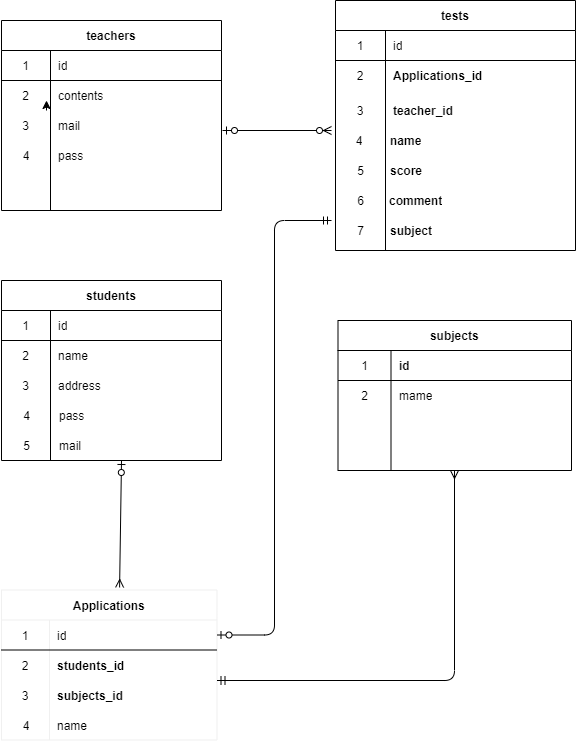
Above: index.drawio.png in konomi0527/20210724kato (draw.io), before the change. Source tidied: cells renumbered, new cells last; positions are measured from the earlier drawing's top-left corner, leaving out a move shared by most shapes.
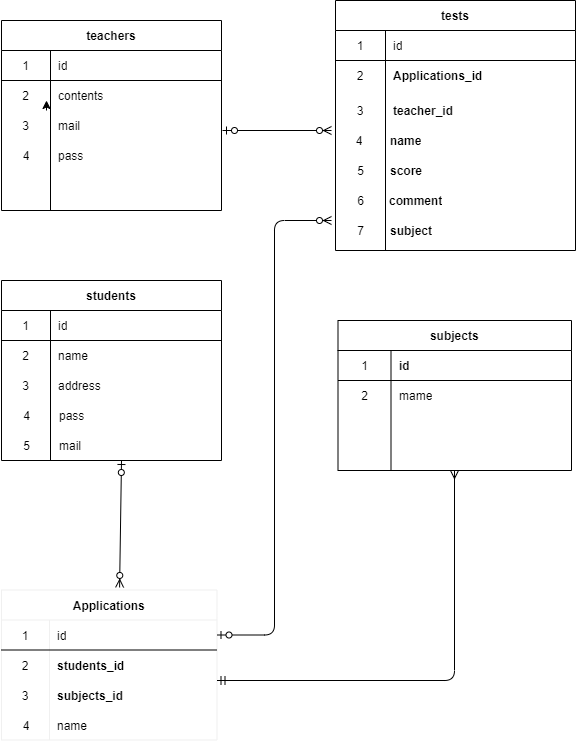
Later version of the same file.

Commit message:
修正内容が分かるコミットメッセージ

Diff of the diagram source:
```diff
@@ -200,7 +200,7 @@
     <mxCell id="66" value="name" style="shape=partialRectangle;html=1;whiteSpace=wrap;fillColor=none;top=0;left=0;bottom=0;right=0;align=left;spacingLeft=6;overflow=hidden;" parent="1" vertex="1">
       <mxGeometry x="47.5" y="709.5" width="168" height="30" as="geometry" />
     </mxCell>
-    <mxCell id="67" style="endArrow=ERzeroToOne;html=1;exitX=0.548;exitY=-0.017;exitDx=0;exitDy=0;exitPerimeter=0;startArrow=ERmany;startFill=0;endFill=1;" parent="1" edge="1" source="52">
+    <mxCell id="67" style="endArrow=ERzeroToOne;html=1;exitX=0.548;exitY=-0.017;exitDx=0;exitDy=0;exitPerimeter=0;startArrow=ERzeroToMany;startFill=1;endFill=1;" parent="1" edge="1" source="52">
       <mxGeometry relative="1" as="geometry">
         <mxPoint x="120" y="460" as="targetPoint" />
       </mxGeometry>
@@ -217,7 +217,7 @@
         <mxPoint x="453" y="470" as="targetPoint" />
       </mxGeometry>
     </mxCell>
-    <mxCell id="70" style="edgeStyle=elbowEdgeStyle;elbow=horizontal;endArrow=ERmandOne;html=1;exitX=1;exitY=0.5;exitDx=0;exitDy=0;endFill=0;startArrow=ERzeroToOne;startFill=1;" parent="1" edge="1" source="53">
+    <mxCell id="70" style="edgeStyle=elbowEdgeStyle;elbow=horizontal;endArrow=ERzeroToMany;html=1;exitX=1;exitY=0.5;exitDx=0;exitDy=0;endFill=1;startArrow=ERzeroToOne;startFill=1;" parent="1" edge="1" source="53">
       <mxGeometry relative="1" as="geometry">
         <mxPoint x="330" y="220" as="targetPoint" />
       </mxGeometry>
```
